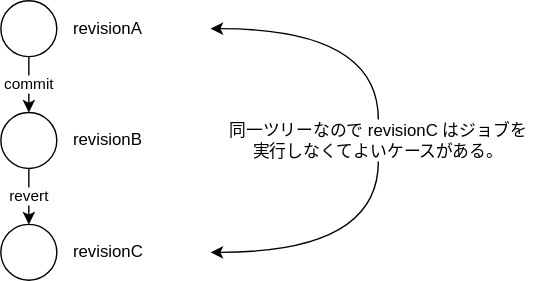
Above: doc/blog/build-dup.drawio.svg in mitoma/sver (draw.io), before the change. Source tidied: cells renumbered, new cells last; positions are measured from the earlier drawing's top-left corner, leaving out a move shared by most shapes. Source of this version:
```xml
<mxGraphModel>
  <root>
    <mxCell id="0" />
    <mxCell id="1" parent="0" />
    <mxCell id="2" style="group;" parent="1" vertex="1">
      <mxGeometry width="150" height="40" as="geometry" />
    </mxCell>
    <mxCell id="3" style="ellipse;whiteSpace=wrap;html=1;" parent="2" vertex="1">
      <mxGeometry width="40" height="40" as="geometry" />
    </mxCell>
    <mxCell id="4" value="revisionA" style="text;html=1;strokeColor=none;fillColor=none;align=left;verticalAlign=middle;whiteSpace=wrap;rounded=0;" parent="2" vertex="1">
      <mxGeometry x="50" y="5" width="100" height="30" as="geometry" />
    </mxCell>
    <mxCell id="5" style="group;" parent="1" vertex="1">
      <mxGeometry y="80" width="150" height="40" as="geometry" />
    </mxCell>
    <mxCell id="6" style="ellipse;whiteSpace=wrap;html=1;" parent="5" vertex="1">
      <mxGeometry width="40" height="40" as="geometry" />
    </mxCell>
    <mxCell id="7" value="revisionB" style="text;html=1;strokeColor=none;fillColor=none;align=left;verticalAlign=middle;whiteSpace=wrap;rounded=0;" parent="5" vertex="1">
      <mxGeometry x="50" y="5" width="100" height="30" as="geometry" />
    </mxCell>
    <mxCell id="8" style="group;" parent="1" vertex="1">
      <mxGeometry y="160" width="150" height="40" as="geometry" />
    </mxCell>
    <mxCell id="9" style="ellipse;whiteSpace=wrap;html=1;" parent="8" vertex="1">
      <mxGeometry width="40" height="40" as="geometry" />
    </mxCell>
    <mxCell id="10" value="revisionC" style="text;html=1;strokeColor=none;fillColor=none;align=left;verticalAlign=middle;whiteSpace=wrap;rounded=0;" parent="8" vertex="1">
      <mxGeometry x="50" y="5" width="100" height="30" as="geometry" />
    </mxCell>
    <mxCell id="11" value="commit" style="edgeStyle=none;html=1;exitX=0.5;exitY=1;exitDx=0;exitDy=0;entryX=0.5;entryY=0;entryDx=0;entryDy=0;" parent="1" edge="1" source="3" target="6">
      <mxGeometry relative="1" as="geometry" />
    </mxCell>
    <mxCell id="12" value="revert" style="edgeStyle=none;html=1;exitX=0.5;exitY=1;exitDx=0;exitDy=0;entryX=0.5;entryY=0;entryDx=0;entryDy=0;" parent="1" edge="1" source="6" target="9">
      <mxGeometry relative="1" as="geometry" />
    </mxCell>
    <mxCell id="13" style="edgeStyle=orthogonalEdgeStyle;html=1;exitX=0.5;exitY=0;exitDx=0;exitDy=0;entryX=1;entryY=0.5;entryDx=0;entryDy=0;curved=1;" parent="1" edge="1" source="15" target="4">
      <mxGeometry relative="1" as="geometry" />
    </mxCell>
    <mxCell id="14" style="edgeStyle=orthogonalEdgeStyle;curved=1;html=1;exitX=0.5;exitY=1;exitDx=0;exitDy=0;entryX=1;entryY=0.5;entryDx=0;entryDy=0;" parent="1" edge="1" source="15" target="10">
      <mxGeometry relative="1" as="geometry" />
    </mxCell>
    <mxCell id="15" value="同一ツリーなので revisionC はジョブを実行しなくてよいケースがある。" style="text;html=1;strokeColor=none;fillColor=none;align=center;verticalAlign=middle;whiteSpace=wrap;rounded=0;" parent="1" vertex="1">
      <mxGeometry x="160" y="85" width="220" height="30" as="geometry" />
    </mxCell>
  </root>
</mxGraphModel>
```
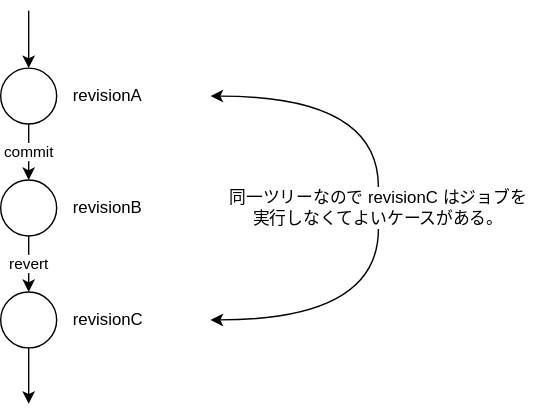
The same file after the commit.

What changed in the source:
```diff
@@ -44,5 +44,17 @@
     <mxCell id="15" value="同一ツリーなので revisionC はジョブを実行しなくてよいケースがある。" style="text;html=1;strokeColor=none;fillColor=none;align=center;verticalAlign=middle;whiteSpace=wrap;rounded=0;" parent="1" vertex="1">
       <mxGeometry x="160" y="85" width="220" height="30" as="geometry" />
     </mxCell>
+    <mxCell id="16" style="edgeStyle=none;html=1;startArrow=classic;startFill=1;endArrow=none;endFill=0;" parent="1" edge="1">
+      <mxGeometry relative="1" as="geometry">
+        <mxPoint x="20" as="sourcePoint" />
+        <mxPoint x="20" y="-41" as="targetPoint" />
+      </mxGeometry>
+    </mxCell>
+    <mxCell id="17" style="edgeStyle=none;html=1;" parent="1" edge="1">
+      <mxGeometry relative="1" as="geometry">
+        <mxPoint x="20" y="200" as="sourcePoint" />
+        <mxPoint x="20" y="240" as="targetPoint" />
+      </mxGeometry>
+    </mxCell>
   </root>
 </mxGraphModel>
```
